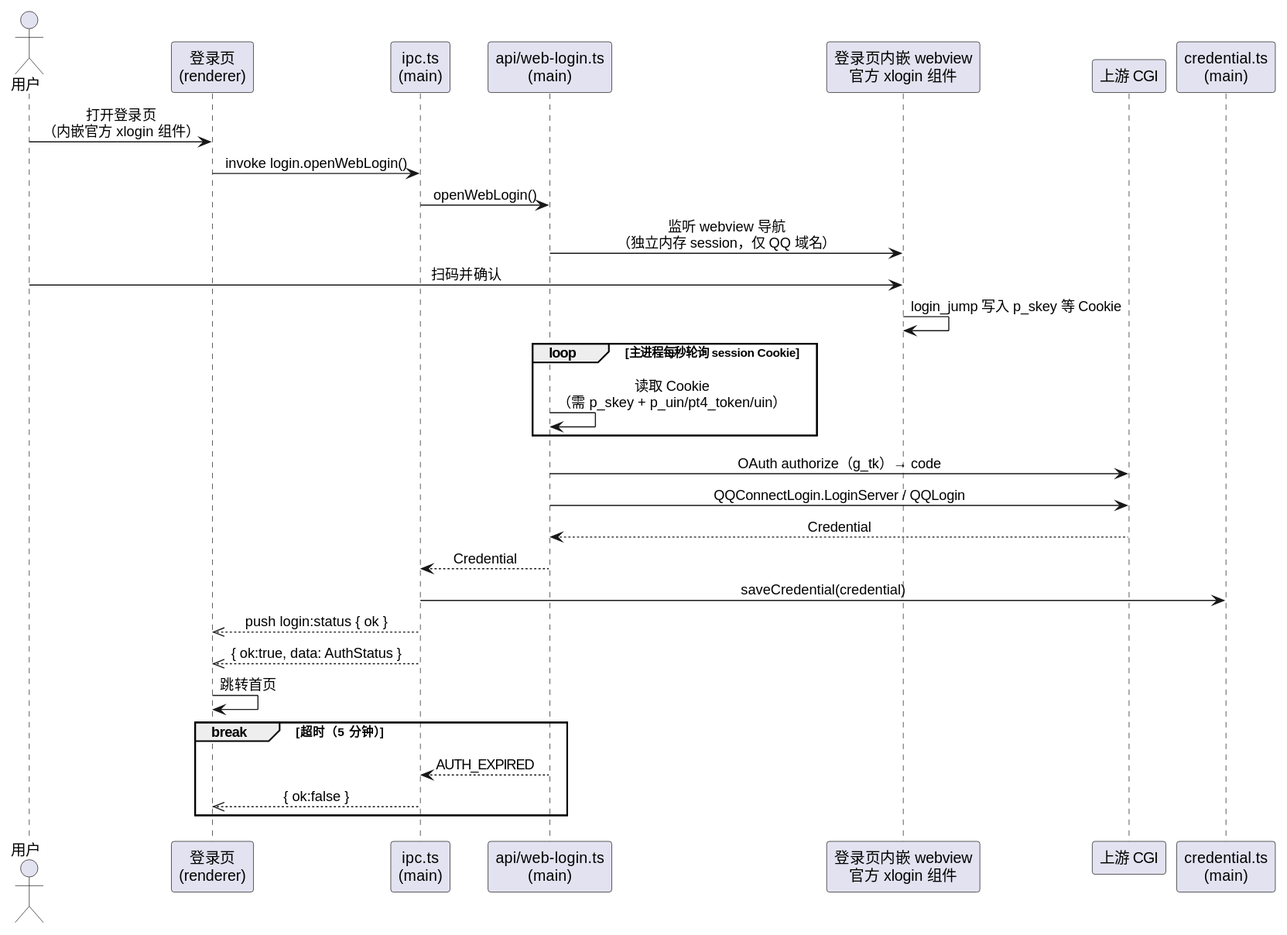
Earlier version of the PlantUML export diagram/seq-login.svg (54m43lJ/LycheePlayer).
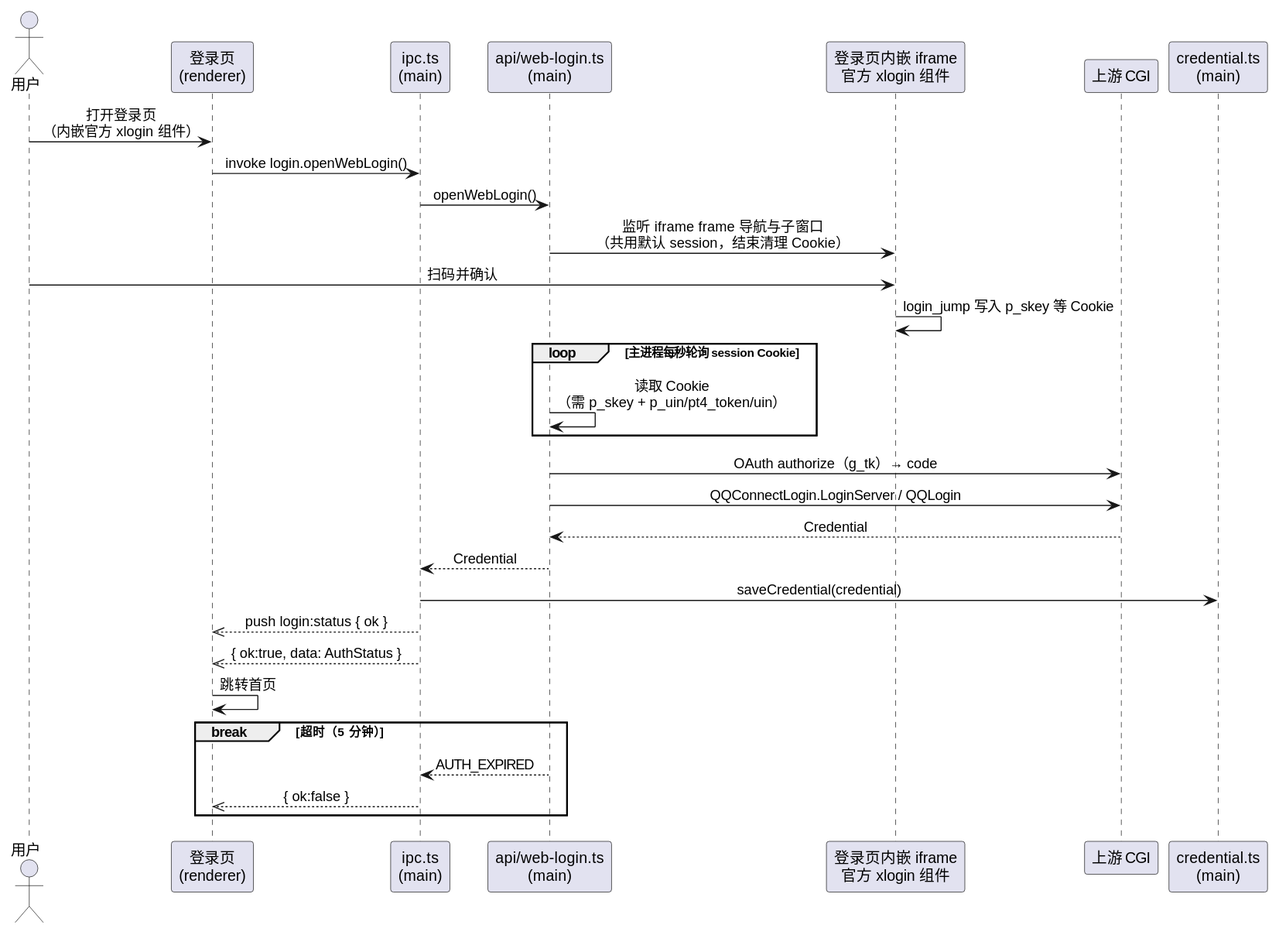
The same file after the commit.

Commit message:
fix: 登录组件由 webview 改回 iframe，规避 Electron 44 guest 高度钉死 bug

What changed in the source:
```diff
@@ -6,14 +6,14 @@
 participant "登录页\n(renderer)" as UI
 participant "ipc.ts\n(main)" as IPC
 participant "api/web-login.ts\n(main)" as WL
-participant "登录页内嵌 webview\n官方 xlogin 组件" as XW
+participant "登录页内嵌 iframe\n官方 xlogin 组件" as XW
 participant "上游 CGI" as UP
 participant "credential.ts\n(main)" as CR
 
 U -> UI : 打开登录页\n（内嵌官方 xlogin 组件）
 UI -> IPC : invoke login.openWebLogin()
 IPC -> WL : openWebLogin()
-WL -> XW : 监听 webview 导航\n（独立内存 session，仅 QQ 域名）
+WL -> XW : 监听 iframe frame 导航与子窗口\n（共用默认 session，结束清理 Cookie）
 U -> XW : 扫码并确认
 XW -> XW : login_jump 写入 p_skey 等 Cookie
 
```
